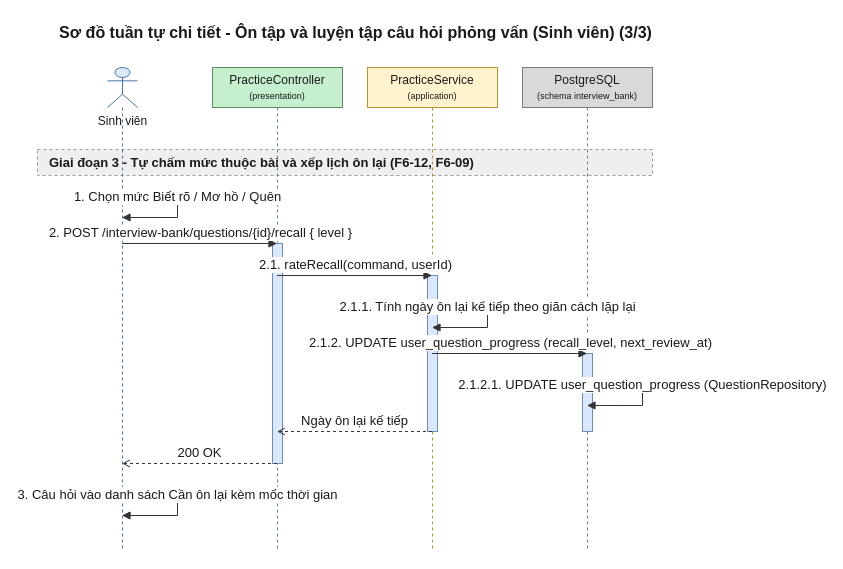
The draw.io diagram 08-diagram/sequence/user/sequence_user_on_tap_luyen_tap_ai_p3.drawio in daiphu1801/PRJ_ALGOPREP, before the edit. Source tidied: cells renumbered, new cells numbered last; positions are measured from the earlier drawing's top-left corner, leaving out a move shared by most shapes. Both pictures are drawn from the tidied source at 100%, with x=0, y=0 at pixel (37, 17).
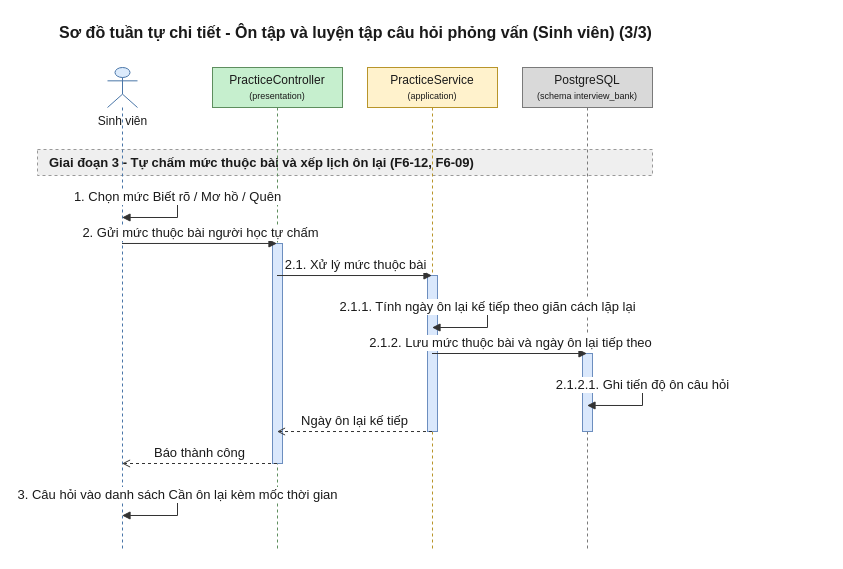
The same page after the edit.

Unchanged cells that the change refers to:
```xml
<mxCell id="4" value="Sinh viên" style="shape=umlLifeline;participant=umlActor;perimeter=lifelinePerimeter;html=1;outlineConnect=0;size=40;verticalAlign=top;spacingTop=40;fillColor=#DCEBFC;strokeColor=#4A76A8;fontColor=#1A1A1A;" parent="1" vertex="1">
  <mxGeometry x="70" y="50" width="30" height="484" as="geometry" />
</mxCell>
<mxCell id="5" value="PracticeController&lt;br&gt;&lt;font style=&quot;font-size:9px&quot;&gt;(presentation)&lt;/font&gt;" style="shape=umlLifeline;perimeter=lifelinePerimeter;whiteSpace=wrap;html=1;outlineConnect=0;size=40;fillColor=#C6EFCE;strokeColor=#5E8E5E;fontColor=#1A1A1A;" parent="1" vertex="1">
  <mxGeometry x="175" y="50" width="130" height="484" as="geometry" />
</mxCell>
<mxCell id="6" value="PracticeService&lt;br&gt;&lt;font style=&quot;font-size:9px&quot;&gt;(application)&lt;/font&gt;" style="shape=umlLifeline;perimeter=lifelinePerimeter;whiteSpace=wrap;html=1;outlineConnect=0;size=40;fillColor=#FFF2CC;strokeColor=#B8952A;fontColor=#1A1A1A;" parent="1" vertex="1">
  <mxGeometry x="330" y="50" width="130" height="484" as="geometry" />
</mxCell>
<mxCell id="7" value="PostgreSQL&lt;br&gt;&lt;font style=&quot;font-size:9px&quot;&gt;(schema interview_bank)&lt;/font&gt;" style="shape=umlLifeline;perimeter=lifelinePerimeter;whiteSpace=wrap;html=1;outlineConnect=0;size=40;fillColor=#D9D9D9;strokeColor=#7A7A7A;fontColor=#1A1A1A;" parent="1" vertex="1">
  <mxGeometry x="485" y="50" width="130" height="484" as="geometry" />
</mxCell>
```

Diff of the diagram source:
```diff
@@
-    <mxCell id="12" value="2. POST /interview-bank/questions/{id}/recall { level }" style="edgeStyle=none;html=1;endArrow=block;endFill=1;strokeColor=#333333;fontColor=#1A1A1A;fontSize=13;verticalAlign=bottom;exitX=0.5;exitY=0.3636;exitDx=0;exitDy=0;entryX=0.5;entryY=0.3636;entryDx=0;entryDy=0;" parent="1" edge="1" source="4" target="5">
+    <mxCell id="12" value="2. Gửi mức thuộc bài người học tự chấm" style="edgeStyle=none;html=1;endArrow=block;endFill=1;strokeColor=#333333;fontColor=#1A1A1A;fontSize=13;verticalAlign=bottom;exitX=0.5;exitY=0.3636;exitDx=0;exitDy=0;entryX=0.5;entryY=0.3636;entryDx=0;entryDy=0;" parent="1" edge="1" source="4" target="5">
       <mxGeometry relative="1" as="geometry" />
     </mxCell>
-    <mxCell id="13" value="2.1. rateRecall(command, userId)" style="edgeStyle=none;html=1;endArrow=block;endFill=1;strokeColor=#333333;fontColor=#1A1A1A;fontSize=13;verticalAlign=bottom;exitX=0.5;exitY=0.4298;exitDx=0;exitDy=0;entryX=0.5;entryY=0.4298;entryDx=0;entryDy=0;" parent="1" edge="1" source="5" target="6">
+    <mxCell id="13" value="2.1. Xử lý mức thuộc bài" style="edgeStyle=none;html=1;endArrow=block;endFill=1;strokeColor=#333333;fontColor=#1A1A1A;fontSize=13;verticalAlign=bottom;exitX=0.5;exitY=0.4298;exitDx=0;exitDy=0;entryX=0.5;entryY=0.4298;entryDx=0;entryDy=0;" parent="1" edge="1" source="5" target="6">
       <mxGeometry relative="1" as="geometry" />
     </mxCell>
@@
-    <mxCell id="15" value="2.1.2. UPDATE user_question_progress (recall_level, next_review_at)" style="edgeStyle=none;html=1;endArrow=block;endFill=1;strokeColor=#333333;fontColor=#1A1A1A;fontSize=13;verticalAlign=bottom;exitX=0.5;exitY=0.5909;exitDx=0;exitDy=0;entryX=0.5;entryY=0.5909;entryDx=0;entryDy=0;" parent="1" edge="1" source="6" target="7">
+    <mxCell id="15" value="2.1.2. Lưu mức thuộc bài và ngày ôn lại tiếp theo" style="edgeStyle=none;html=1;endArrow=block;endFill=1;strokeColor=#333333;fontColor=#1A1A1A;fontSize=13;verticalAlign=bottom;exitX=0.5;exitY=0.5909;exitDx=0;exitDy=0;entryX=0.5;entryY=0.5909;entryDx=0;entryDy=0;" parent="1" edge="1" source="6" target="7">
       <mxGeometry relative="1" as="geometry" />
     </mxCell>
-    <mxCell id="16" value="2.1.2.1. UPDATE user_question_progress (QuestionRepository)" style="edgeStyle=orthogonalEdgeStyle;rounded=0;html=1;endArrow=block;endFill=1;strokeColor=#333333;fontColor=#1A1A1A;fontSize=13;verticalAlign=bottom;exitX=0.5;exitY=0.6570;exitDx=0;exitDy=0;entryX=0.5;entryY=0.6983;entryDx=0;entryDy=0;" parent="1" edge="1" source="7" target="7">
+    <mxCell id="16" value="2.1.2.1. Ghi tiến độ ôn câu hỏi" style="edgeStyle=orthogonalEdgeStyle;rounded=0;html=1;endArrow=block;endFill=1;strokeColor=#333333;fontColor=#1A1A1A;fontSize=13;verticalAlign=bottom;exitX=0.5;exitY=0.6570;exitDx=0;exitDy=0;entryX=0.5;entryY=0.6983;entryDx=0;entryDy=0;" parent="1" edge="1" source="7" target="7">
       <mxGeometry relative="1" as="geometry">
         <Array as="points">
           <mxPoint x="605" y="368" />
           <mxPoint x="605" y="388" />
         </Array>
       </mxGeometry>
     </mxCell>
@@
-    <mxCell id="18" value="200 OK" style="edgeStyle=none;html=1;endArrow=open;endFill=0;dashed=1;strokeColor=#333333;fontColor=#1A1A1A;fontSize=13;verticalAlign=bottom;exitX=0.5;exitY=0.8182;exitDx=0;exitDy=0;entryX=0.5;entryY=0.8182;entryDx=0;entryDy=0;" parent="1" edge="1" source="5" target="4">
+    <mxCell id="18" value="Báo thành công" style="edgeStyle=none;html=1;endArrow=open;endFill=0;dashed=1;strokeColor=#333333;fontColor=#1A1A1A;fontSize=13;verticalAlign=bottom;exitX=0.5;exitY=0.8182;exitDx=0;exitDy=0;entryX=0.5;entryY=0.8182;entryDx=0;entryDy=0;" parent="1" edge="1" source="5" target="4">
       <mxGeometry relative="1" as="geometry" />
     </mxCell>
```
